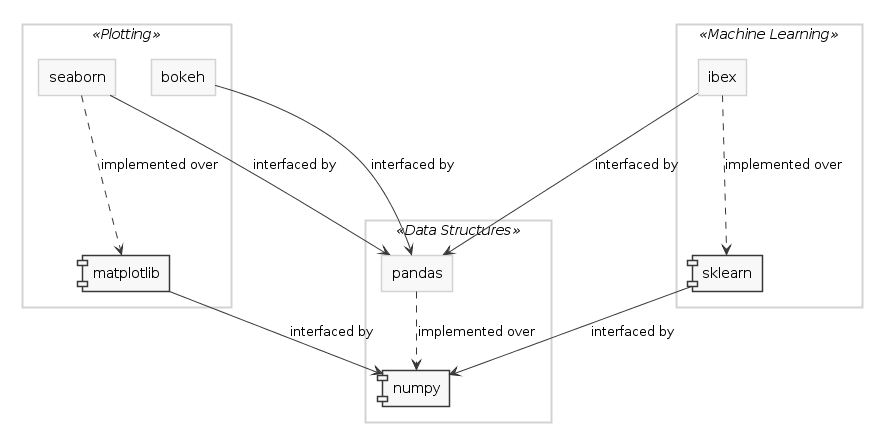
The PlantUML diagram ibex_pres/generated/ibex_class_diagram_np.png in atavory/atavory.github.io, before a commit.
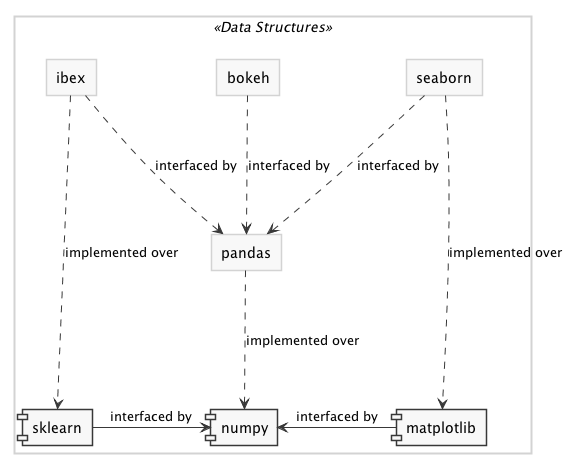
After the change.

The edit, as a diff of the source:
```diff
@@ -7,18 +7,18 @@
 	borderColor lightGrey
 }
 
-rectangle "" <<Plotting>> {
+rectangle " " <<Plotting>> {
     rectangle seaborn
     rectangle bokeh
     component matplotlib
 }
 
-rectangle "" <<Machine Learning>> {
+rectangle " " <<Machine Learning>> {
     rectangle ibex
     component sklearn
 }
 
-rectangle "" <<Data Structures>> {
+rectangle " " <<Data Structures>> {
     rectangle pandas
     component numpy
 }
@@ -26,10 +26,10 @@
 [sklearn] -> [numpy] : interfaced by
 [matplotlib] -> [numpy] : interfaced by
 [pandas] ..> [numpy] : implemented over
-[seaborn] -> [pandas] : interfaced by
-[bokeh] -> [pandas] : interfaced by
+[seaborn] ..> [pandas] : interfaced by
+[bokeh] ..> [pandas] : interfaced by
 [seaborn] ..-> [matplotlib] : implemented over
-ibex -> [pandas] : interfaced by
+ibex ..> [pandas] : interfaced by
 ibex ..-> [sklearn] : implemented over
 
 @enduml
```
